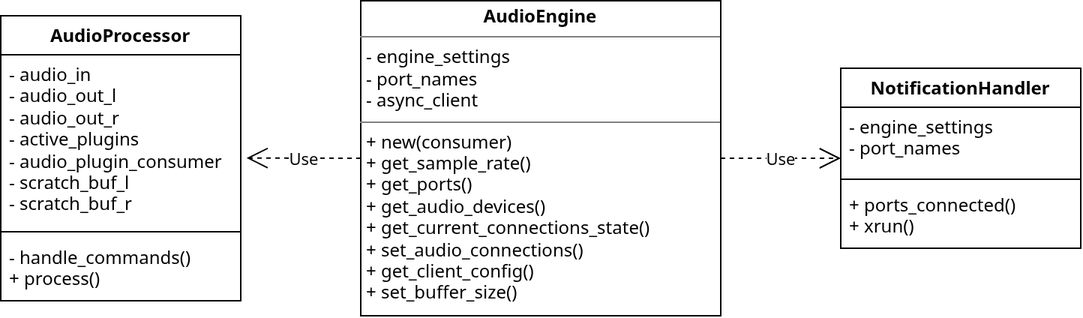
This is thesis/figures/engine_client_uml.drawio.png from Shintenza/guitarian, a draw.io export, as it was before one commit. Source tidied: cells renumbered, new cells last; positions are measured from the earlier drawing's top-left corner, leaving out a move shared by most shapes.
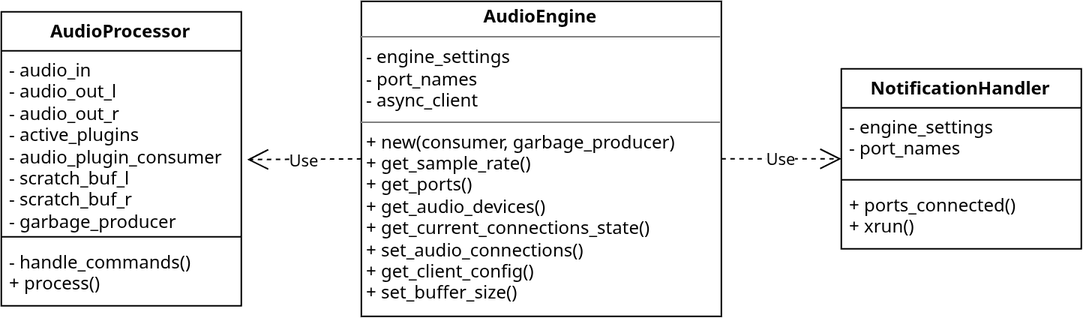
After the commit.

Commit message:
chore: document updates after adding plugin reaper

Change to the diagram source:
```diff
@@ -2,7 +2,7 @@
   <root>
     <mxCell id="0" />
     <mxCell id="1" parent="0" />
-    <mxCell id="2" value="&lt;p style=&quot;margin:0px;margin-top:4px;text-align:center;&quot;&gt;&lt;b&gt;AudioEngine&lt;/b&gt;&lt;/p&gt;&lt;hr size=&quot;1&quot; style=&quot;border-style:solid;&quot;&gt;&lt;p style=&quot;margin:0px;margin-left:4px;&quot;&gt;- engine_settings&lt;/p&gt;&lt;p style=&quot;margin:0px;margin-left:4px;&quot;&gt;- port_names&lt;br&gt;- async_client&amp;nbsp;&lt;/p&gt;&lt;hr size=&quot;1&quot; style=&quot;border-style:solid;&quot;&gt;&lt;p style=&quot;margin:0px;margin-left:4px;&quot;&gt;+ new(consumer)&lt;br&gt;+ get_sample_rate()&lt;/p&gt;&lt;p style=&quot;margin:0px;margin-left:4px;&quot;&gt;+ get_ports()&lt;/p&gt;&lt;p style=&quot;margin:0px;margin-left:4px;&quot;&gt;+ get_audio_devices()&lt;/p&gt;&lt;p style=&quot;margin:0px;margin-left:4px;&quot;&gt;+ get_current_connections_state()&lt;/p&gt;&lt;p style=&quot;margin:0px;margin-left:4px;&quot;&gt;+ set_audio_connections()&lt;/p&gt;&lt;p style=&quot;margin:0px;margin-left:4px;&quot;&gt;+ get_client_config()&lt;/p&gt;&lt;p style=&quot;margin:0px;margin-left:4px;&quot;&gt;+ set_buffer_size()&lt;/p&gt;" style="verticalAlign=top;align=left;overflow=fill;html=1;whiteSpace=wrap;" parent="1" vertex="1">
+    <mxCell id="2" value="&lt;p style=&quot;margin:0px;margin-top:4px;text-align:center;&quot;&gt;&lt;b&gt;AudioEngine&lt;/b&gt;&lt;/p&gt;&lt;hr size=&quot;1&quot; style=&quot;border-style:solid;&quot;&gt;&lt;p style=&quot;margin:0px;margin-left:4px;&quot;&gt;- engine_settings&lt;/p&gt;&lt;p style=&quot;margin:0px;margin-left:4px;&quot;&gt;- port_names&lt;br&gt;- async_client&amp;nbsp;&lt;/p&gt;&lt;hr size=&quot;1&quot; style=&quot;border-style:solid;&quot;&gt;&lt;p style=&quot;margin:0px;margin-left:4px;&quot;&gt;+ new(consumer, garbage_producer)&lt;br&gt;+ get_sample_rate()&lt;/p&gt;&lt;p style=&quot;margin:0px;margin-left:4px;&quot;&gt;+ get_ports()&lt;/p&gt;&lt;p style=&quot;margin:0px;margin-left:4px;&quot;&gt;+ get_audio_devices()&lt;/p&gt;&lt;p style=&quot;margin:0px;margin-left:4px;&quot;&gt;+ get_current_connections_state()&lt;/p&gt;&lt;p style=&quot;margin:0px;margin-left:4px;&quot;&gt;+ set_audio_connections()&lt;/p&gt;&lt;p style=&quot;margin:0px;margin-left:4px;&quot;&gt;+ get_client_config()&lt;/p&gt;&lt;p style=&quot;margin:0px;margin-left:4px;&quot;&gt;+ set_buffer_size()&lt;/p&gt;" style="verticalAlign=top;align=left;overflow=fill;html=1;whiteSpace=wrap;" parent="1" vertex="1">
       <mxGeometry x="240" width="240" height="210" as="geometry" />
     </mxCell>
     <mxCell id="3" value="NotificationHandler" style="swimlane;fontStyle=1;align=center;verticalAlign=top;horizontal=1;startSize=26;whiteSpace=wrap;html=1;" parent="1" vertex="1">
@@ -18,16 +18,16 @@
       <mxGeometry y="78" width="160" height="42" as="geometry" />
     </mxCell>
     <mxCell id="7" value="AudioProcessor" style="swimlane;fontStyle=1;align=center;verticalAlign=top;horizontal=1;startSize=26;whiteSpace=wrap;html=1;" parent="1" vertex="1">
-      <mxGeometry y="10" width="160" height="190" as="geometry" />
+      <mxGeometry y="7" width="160" height="196" as="geometry" />
     </mxCell>
-    <mxCell id="8" value="- audio_in&lt;div&gt;- audio_out_l&lt;/div&gt;&lt;div&gt;- audio_out_r&lt;/div&gt;&lt;div&gt;- active_plugins&lt;/div&gt;&lt;div&gt;- audio_plugin_consumer&lt;/div&gt;&lt;div&gt;- scratch_buf_l&lt;/div&gt;&lt;div&gt;- scratch_buf_r&lt;/div&gt;&lt;div&gt;&lt;div&gt;&lt;br&gt;&lt;/div&gt;&lt;div&gt;&lt;br&gt;&lt;/div&gt;&lt;div&gt;&lt;br&gt;&lt;/div&gt;&lt;/div&gt;" style="text;strokeColor=none;fillColor=none;align=left;verticalAlign=top;spacingLeft=4;spacingRight=4;overflow=hidden;points=[[0,0.5],[1,0.5]];portConstraint=eastwest;whiteSpace=wrap;html=1;" parent="7" vertex="1">
-      <mxGeometry y="26" width="160" height="114" as="geometry" />
+    <mxCell id="8" value="- audio_in&lt;div&gt;- audio_out_l&lt;/div&gt;&lt;div&gt;- audio_out_r&lt;/div&gt;&lt;div&gt;- active_plugins&lt;/div&gt;&lt;div&gt;- audio_plugin_consumer&lt;/div&gt;&lt;div&gt;- scratch_buf_l&lt;/div&gt;&lt;div&gt;- scratch_buf_r&lt;/div&gt;&lt;div&gt;- garbage_producer&lt;/div&gt;&lt;div&gt;&lt;br&gt;&lt;/div&gt;&lt;div&gt;&lt;div&gt;&lt;br&gt;&lt;/div&gt;&lt;div&gt;&lt;br&gt;&lt;/div&gt;&lt;div&gt;&lt;br&gt;&lt;/div&gt;&lt;/div&gt;" style="text;strokeColor=none;fillColor=none;align=left;verticalAlign=top;spacingLeft=4;spacingRight=4;overflow=hidden;points=[[0,0.5],[1,0.5]];portConstraint=eastwest;whiteSpace=wrap;html=1;" parent="7" vertex="1">
+      <mxGeometry y="26" width="160" height="120" as="geometry" />
     </mxCell>
     <mxCell id="9" style="line;strokeWidth=1;fillColor=none;align=left;verticalAlign=middle;spacingTop=-1;spacingLeft=3;spacingRight=3;labelPosition=right;strokeColor=inherit;" parent="7" vertex="1">
-      <mxGeometry y="140" width="160" height="8" as="geometry" />
+      <mxGeometry y="146" width="160" height="8" as="geometry" />
     </mxCell>
     <mxCell id="10" value="- handle_commands()&lt;div&gt;+ process()&lt;/div&gt;" style="text;strokeColor=none;fillColor=none;align=left;verticalAlign=top;spacingLeft=4;spacingRight=4;overflow=hidden;whiteSpace=wrap;html=1;" parent="7" vertex="1">
-      <mxGeometry y="148" width="160" height="42" as="geometry" />
+      <mxGeometry y="154" width="160" height="42" as="geometry" />
     </mxCell>
     <mxCell id="11" value="Use" style="endArrow=open;endSize=12;dashed=1;html=1;rounded=0;exitX=0;exitY=0.5;exitDx=0;exitDy=0;entryX=1.024;entryY=0.604;entryDx=0;entryDy=0;entryPerimeter=0;" parent="1" edge="1" source="2" target="8">
       <mxGeometry relative="1" as="geometry" />
```
